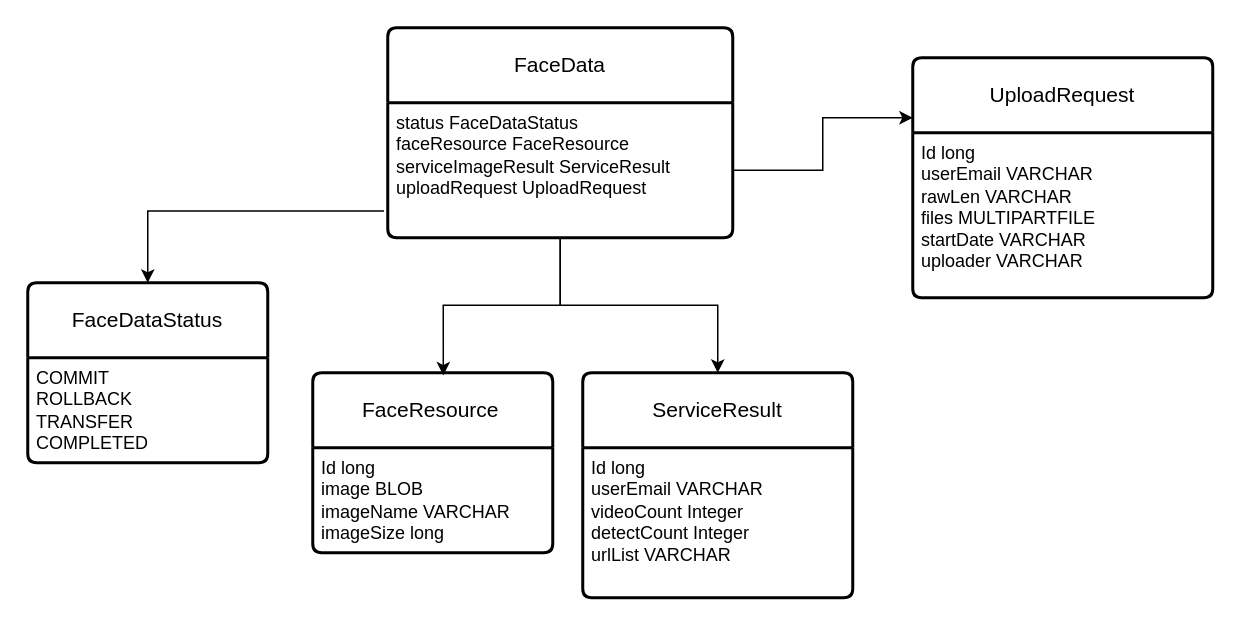
Before: catchv_database.drawio in gangfunction/catchvbackend, a draw.io diagram. Source tidied: cells renumbered, new cells numbered last; positions are measured from the earlier drawing's top-left corner, leaving out a move shared by most shapes. Both pictures are drawn from the tidied source at 150%, with x=0, y=0 at pixel (27, 27).
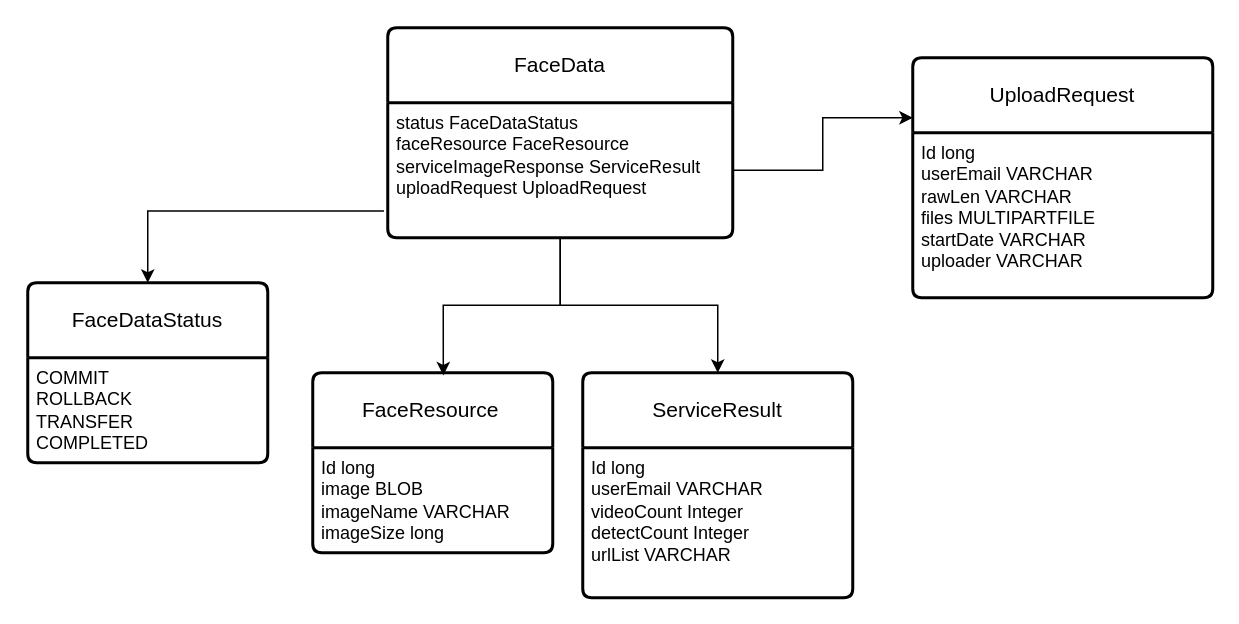
Above is the later version.

The edit, as a diff of the source:
```diff
@@
 <mxGraphModel>
   <root>
     <mxCell id="0" />
     <mxCell id="1" parent="0" />
     <mxCell id="2" value="FaceDataStatus" style="swimlane;horizontal=1;startSize=50;rounded=1;fontSize=14;fontStyle=0;strokeWidth=2;shadow=0;dashed=0;align=center;arcSize=4;whiteSpace=wrap;html=1;" parent="1" vertex="1">
       <mxGeometry y="170" width="160" height="120" as="geometry" />
     </mxCell>
     <mxCell id="3" value="COMMIT&lt;br&gt;ROLLBACK&lt;br&gt;TRANSFER&lt;br&gt;COMPLETED" style="align=left;strokeColor=none;fillColor=none;spacingLeft=4;fontSize=12;verticalAlign=top;html=1;" parent="2" vertex="1">
       <mxGeometry y="50" width="160" height="70" as="geometry" />
     </mxCell>
     <mxCell id="4" value="FaceResource&lt;span style=&quot;white-space: pre;&quot;&gt;&#9;&lt;/span&gt;" style="swimlane;horizontal=1;startSize=50;rounded=1;fontSize=14;fontStyle=0;strokeWidth=2;shadow=0;dashed=0;align=center;arcSize=4;whiteSpace=wrap;html=1;" parent="1" vertex="1">
       <mxGeometry x="190" y="230" width="160" height="120" as="geometry" />
     </mxCell>
     <mxCell id="5" value="Id long&lt;br&gt;image BLOB&lt;br&gt;imageName VARCHAR&lt;br&gt;imageSize long" style="align=left;strokeColor=none;fillColor=none;spacingLeft=4;fontSize=12;verticalAlign=top;html=1;" parent="4" vertex="1">
       <mxGeometry y="50" width="160" height="70" as="geometry" />
     </mxCell>
     <mxCell id="6" value="FaceData" style="swimlane;horizontal=1;startSize=50;rounded=1;fontSize=14;fontStyle=0;strokeWidth=2;shadow=0;dashed=0;align=center;arcSize=4;whiteSpace=wrap;html=1;" parent="1" vertex="1">
       <mxGeometry x="240" width="230" height="140" as="geometry" />
     </mxCell>
-    <mxCell id="7" value="status FaceDataStatus&lt;br&gt;faceResource FaceResource&lt;br&gt;serviceImageResult ServiceResult&lt;br&gt;uploadRequest UploadRequest" style="align=left;strokeColor=none;fillColor=none;spacingLeft=4;fontSize=12;verticalAlign=top;html=1;" parent="6" vertex="1">
+    <mxCell id="7" value="status FaceDataStatus&lt;br&gt;faceResource FaceResource&lt;br&gt;serviceImageResponse ServiceResult&lt;br&gt;uploadRequest UploadRequest" style="align=left;strokeColor=none;fillColor=none;spacingLeft=4;fontSize=12;verticalAlign=top;html=1;" parent="6" vertex="1">
       <mxGeometry y="50" width="230" height="90" as="geometry" />
     </mxCell>
     <mxCell id="8" style="edgeStyle=orthogonalEdgeStyle;rounded=0;jettySize=auto;html=1;entryX=0.544;entryY=0.015;entryDx=0;entryDy=0;entryPerimeter=0;" parent="1" edge="1" source="7" target="4">
       <mxGeometry relative="1" as="geometry" />
     </mxCell>
     <mxCell id="9" style="edgeStyle=orthogonalEdgeStyle;rounded=0;jettySize=auto;html=1;entryX=0.5;entryY=0;entryDx=0;entryDy=0;exitX=0.5;exitY=1;exitDx=0;exitDy=0;" parent="1" edge="1" source="7" target="14">
       <mxGeometry relative="1" as="geometry" />
     </mxCell>
     <mxCell id="10" style="edgeStyle=orthogonalEdgeStyle;rounded=0;jettySize=auto;html=1;entryX=0.5;entryY=0;entryDx=0;entryDy=0;exitX=-0.011;exitY=0.801;exitDx=0;exitDy=0;exitPerimeter=0;" parent="1" edge="1" source="7" target="2">
       <mxGeometry relative="1" as="geometry" />
     </mxCell>
     <mxCell id="11" value="UploadRequest" style="swimlane;horizontal=1;startSize=50;rounded=1;fontSize=14;fontStyle=0;strokeWidth=2;shadow=0;dashed=0;align=center;arcSize=4;whiteSpace=wrap;html=1;" parent="1" vertex="1">
       <mxGeometry x="590" y="20" width="200" height="160" as="geometry" />
     </mxCell>
     <mxCell id="12" value="Id long&lt;br&gt;userEmail VARCHAR&lt;br&gt;rawLen VARCHAR&lt;br&gt;files MULTIPARTFILE&lt;br&gt;startDate VARCHAR&lt;br&gt;uploader VARCHAR&lt;br&gt;" style="align=left;strokeColor=none;fillColor=none;spacingLeft=4;fontSize=12;verticalAlign=top;html=1;" parent="11" vertex="1">
       <mxGeometry y="50" width="200" height="110" as="geometry" />
     </mxCell>
     <mxCell id="13" style="edgeStyle=orthogonalEdgeStyle;rounded=0;jettySize=auto;html=1;entryX=0;entryY=0.25;entryDx=0;entryDy=0;" parent="1" edge="1" source="7" target="11">
       <mxGeometry relative="1" as="geometry" />
     </mxCell>
     <mxCell id="14" value="ServiceResult" style="swimlane;horizontal=1;startSize=50;rounded=1;fontSize=14;fontStyle=0;strokeWidth=2;shadow=0;dashed=0;align=center;arcSize=4;whiteSpace=wrap;html=1;" parent="1" vertex="1">
       <mxGeometry x="370" y="230" width="180" height="150" as="geometry" />
     </mxCell>
     <mxCell id="15" value="Id long&lt;br&gt;userEmail VARCHAR&lt;br&gt;videoCount Integer&lt;br&gt;detectCount Integer&lt;br&gt;urlList VARCHAR" style="align=left;strokeColor=none;fillColor=none;spacingLeft=4;fontSize=12;verticalAlign=top;html=1;" parent="14" vertex="1">
       <mxGeometry y="50" width="180" height="100" as="geometry" />
     </mxCell>
   </root>
 </mxGraphModel>
```
